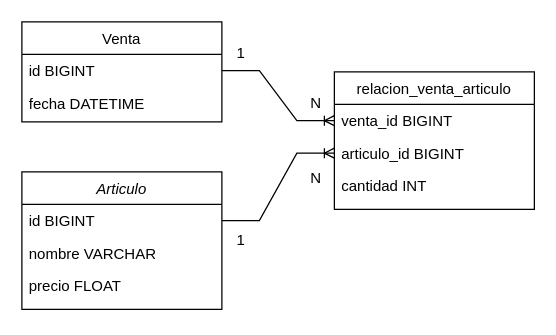
Above: Diagramas/Relacion.drawio in Haoen219/ProyectoFinal (draw.io), before the change. Source tidied: cells renumbered, new cells numbered last; positions are measured from the earlier drawing's top-left corner, leaving out a move shared by most shapes. Both pictures are drawn from the tidied source at 125%, with x=0, y=0 at pixel (21, 21).
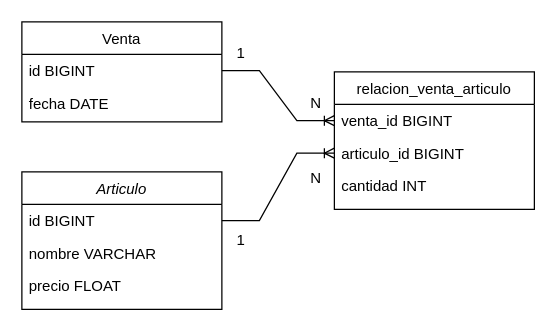
The same diagram, later.

The edit, as a diff of the source:
```diff
@@
 <mxGraphModel>
   <root>
     <mxCell id="0" />
     <mxCell id="1" parent="0" />
     <mxCell id="2" value="Articulo" style="swimlane;fontStyle=2;align=center;verticalAlign=top;horizontal=1;startSize=26;rounded=0;shadow=0;strokeWidth=1;" parent="1" vertex="1">
       <mxGeometry y="120" width="160" height="110" as="geometry" />
     </mxCell>
     <mxCell id="3" value="id BIGINT" style="text;align=left;verticalAlign=top;spacingLeft=4;spacingRight=4;overflow=hidden;points=[[0,0.5],[1,0.5]];portConstraint=eastwest;" parent="2" vertex="1">
       <mxGeometry y="26" width="160" height="26" as="geometry" />
     </mxCell>
     <mxCell id="4" value="nombre VARCHAR" style="text;align=left;verticalAlign=top;spacingLeft=4;spacingRight=4;overflow=hidden;" parent="2" vertex="1">
       <mxGeometry y="52" width="160" height="26" as="geometry" />
     </mxCell>
     <mxCell id="5" value="precio FLOAT" style="text;align=left;verticalAlign=top;spacingLeft=4;spacingRight=4;overflow=hidden;rounded=0;shadow=0;html=0;" parent="2" vertex="1">
       <mxGeometry y="78" width="160" height="32" as="geometry" />
     </mxCell>
     <mxCell id="6" value="Venta" style="swimlane;fontStyle=0;align=center;verticalAlign=top;horizontal=1;startSize=26;rounded=0;shadow=0;strokeWidth=1;" parent="1" vertex="1">
       <mxGeometry width="160" height="80" as="geometry" />
     </mxCell>
     <mxCell id="7" value="id BIGINT" style="text;align=left;verticalAlign=top;spacingLeft=4;spacingRight=4;overflow=hidden;points=[[0,0.5],[1,0.5]];portConstraint=eastwest;rounded=0;shadow=0;html=0;" parent="6" vertex="1">
       <mxGeometry y="26" width="160" height="26" as="geometry" />
     </mxCell>
-    <mxCell id="8" value="fecha DATETIME" style="text;align=left;verticalAlign=top;spacingLeft=4;spacingRight=4;overflow=hidden;rounded=0;shadow=0;html=0;" parent="6" vertex="1">
+    <mxCell id="8" value="fecha DATE" style="text;align=left;verticalAlign=top;spacingLeft=4;spacingRight=4;overflow=hidden;rounded=0;shadow=0;html=0;" parent="6" vertex="1">
       <mxGeometry y="52" width="160" height="26" as="geometry" />
     </mxCell>
     <mxCell id="9" value="relacion_venta_articulo" style="swimlane;fontStyle=0;align=center;verticalAlign=top;horizontal=1;startSize=26;rounded=0;shadow=0;strokeWidth=1;" parent="1" vertex="1">
       <mxGeometry x="250" y="40" width="160" height="110" as="geometry" />
     </mxCell>
     <mxCell id="10" value="venta_id BIGINT" style="text;align=left;verticalAlign=top;spacingLeft=4;spacingRight=4;overflow=hidden;points=[[0,0.5],[1,0.5]];portConstraint=eastwest;rounded=0;shadow=0;html=0;" parent="9" vertex="1">
       <mxGeometry y="26" width="160" height="26" as="geometry" />
     </mxCell>
     <mxCell id="11" value="articulo_id BIGINT" style="text;align=left;verticalAlign=top;spacingLeft=4;spacingRight=4;overflow=hidden;points=[[0,0.5],[1,0.5]];portConstraint=eastwest;rounded=0;shadow=0;html=0;" parent="9" vertex="1">
       <mxGeometry y="52" width="160" height="26" as="geometry" />
     </mxCell>
     <mxCell id="12" value="cantidad INT" style="text;align=left;verticalAlign=top;spacingLeft=4;spacingRight=4;overflow=hidden;rounded=0;shadow=0;html=0;" parent="9" vertex="1">
       <mxGeometry y="78" width="160" height="26" as="geometry" />
     </mxCell>
     <mxCell id="13" value="N" style="text;html=1;align=center;verticalAlign=middle;strokeColor=none;fillColor=none;" parent="1" vertex="1">
       <mxGeometry x="220" y="50" width="30" height="30" as="geometry" />
     </mxCell>
     <mxCell id="14" value="N" style="text;html=1;align=center;verticalAlign=middle;strokeColor=none;fillColor=none;" parent="1" vertex="1">
       <mxGeometry x="220" y="110" width="30" height="30" as="geometry" />
     </mxCell>
     <mxCell id="15" value="1" style="text;html=1;align=center;verticalAlign=middle;strokeColor=none;fillColor=none;" parent="1" vertex="1">
       <mxGeometry x="160" y="10" width="30" height="30" as="geometry" />
     </mxCell>
     <mxCell id="16" value="1" style="text;html=1;align=center;verticalAlign=middle;strokeColor=none;fillColor=none;" parent="1" vertex="1">
       <mxGeometry x="160" y="160" width="30" height="30" as="geometry" />
     </mxCell>
     <mxCell id="17" style="edgeStyle=entityRelationEdgeStyle;fontSize=12;html=1;endArrow=ERoneToMany;rounded=0;" parent="1" edge="1" source="3" target="11">
       <mxGeometry relative="1" as="geometry" />
     </mxCell>
     <mxCell id="18" style="edgeStyle=entityRelationEdgeStyle;fontSize=12;html=1;endArrow=ERoneToMany;rounded=0;" parent="1" edge="1" source="7" target="10">
       <mxGeometry relative="1" as="geometry" />
     </mxCell>
   </root>
 </mxGraphModel>
```
